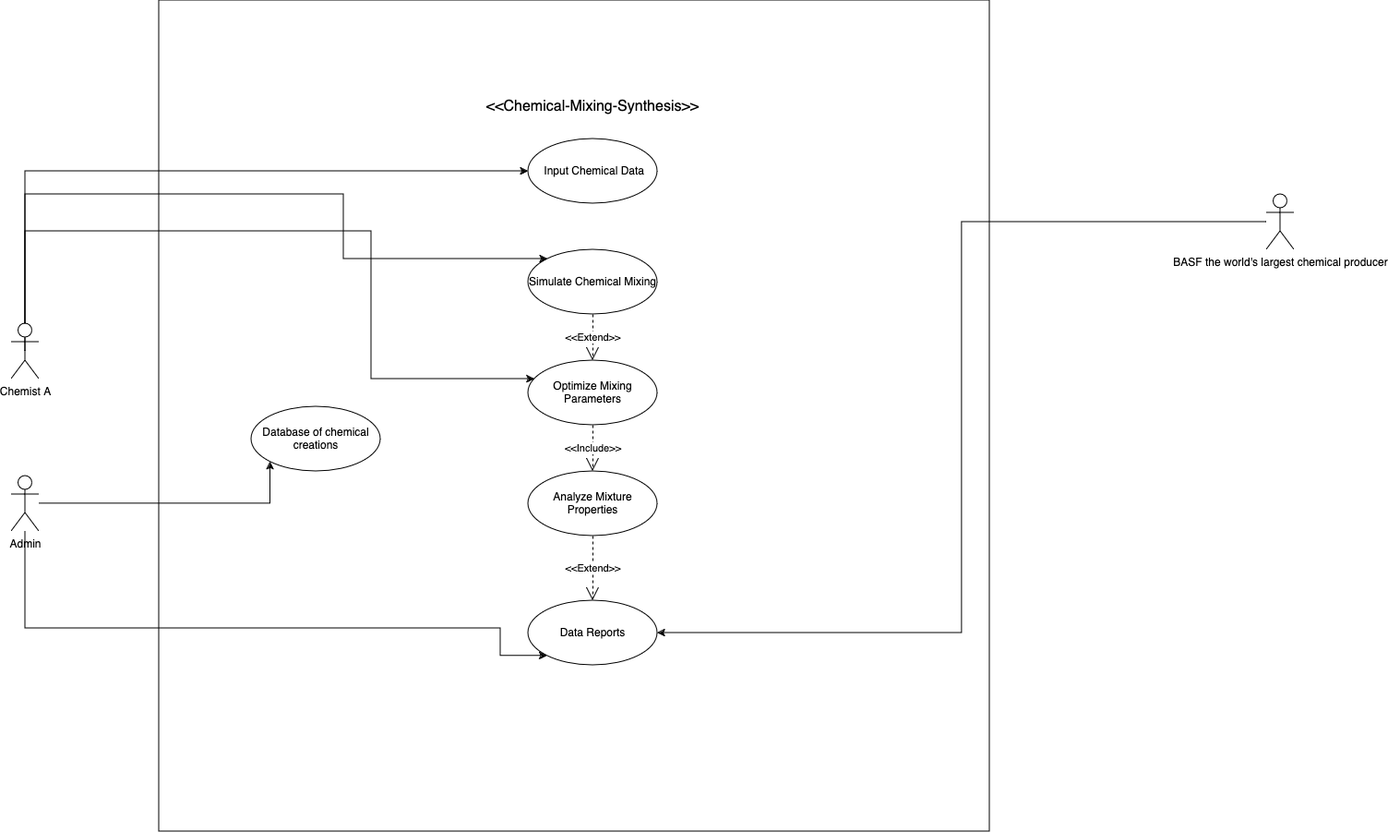
Earlier version of the draw.io export use-case.png (a-l-a-z-a-r/Chemical-Mixing-Data-Synthesis). Source tidied: cells renumbered, new cells last; positions are measured from the earlier drawing's top-left corner, leaving out a move shared by most shapes.
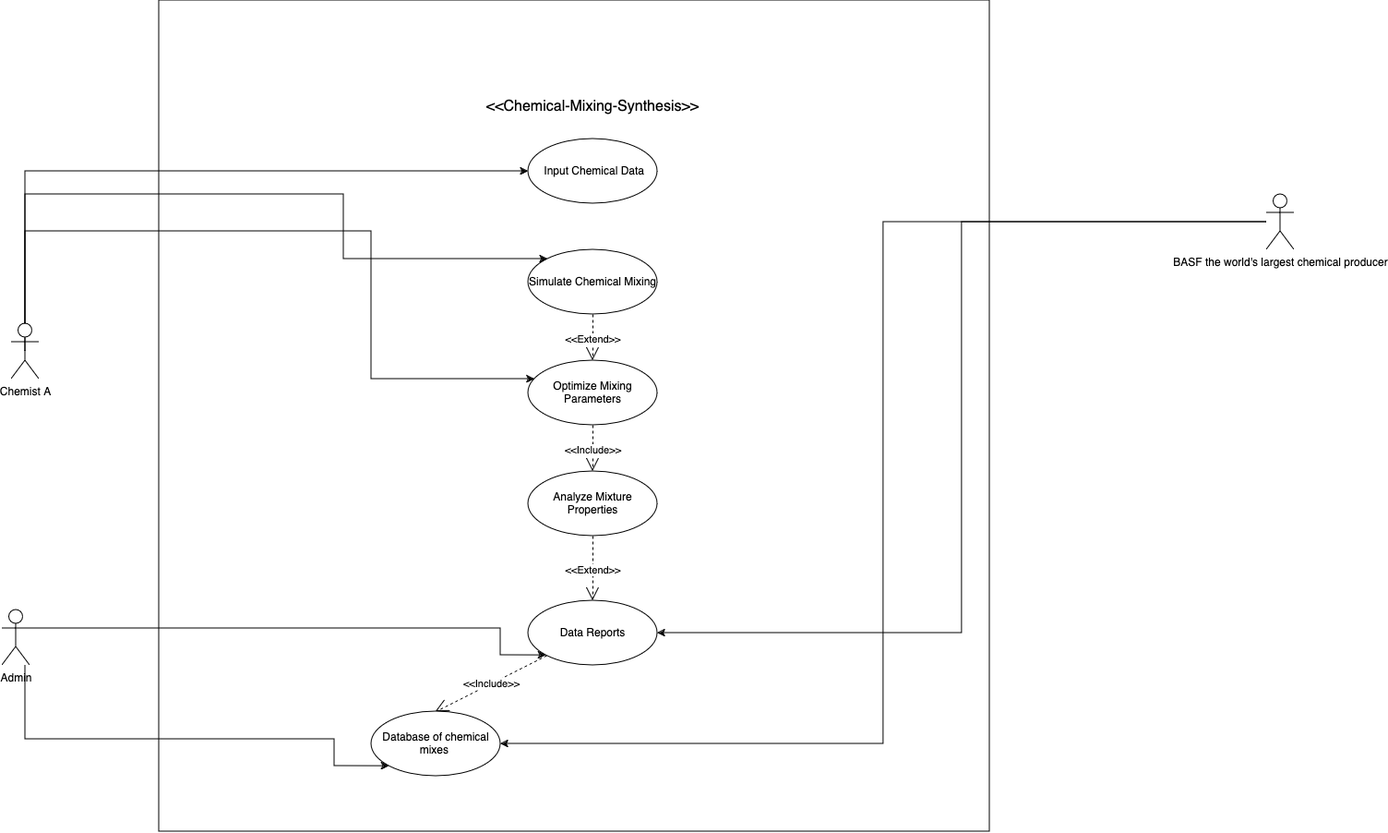
After the commit.

Change to the diagram source:
```diff
@@ -36,6 +36,9 @@
     <mxCell id="7" style="edgeStyle=orthogonalEdgeStyle;rounded=0;jettySize=auto;html=1;entryX=1;entryY=0.5;entryDx=0;entryDy=0;" parent="1" edge="1" source="8" target="13">
       <mxGeometry relative="1" as="geometry" />
     </mxCell>
+    <mxCell id="22" style="edgeStyle=orthogonalEdgeStyle;rounded=0;jettySize=auto;html=1;entryX=1;entryY=0.5;entryDx=0;entryDy=0;" parent="1" edge="1" source="8" target="18">
+      <mxGeometry relative="1" as="geometry" />
+    </mxCell>
     <mxCell id="8" value="BASF the world's largest chemical producer" style="shape=umlActor;verticalLabelPosition=bottom;verticalAlign=top;html=1;outlineConnect=0;labelBackgroundColor=none;" parent="1" vertex="1">
       <mxGeometry x="1360" y="210" width="30" height="60" as="geometry" />
     </mxCell>
@@ -66,11 +69,17 @@
     <mxCell id="17" value="&amp;lt;&amp;lt;Extend&amp;gt;&amp;gt; " style="endArrow=open;endSize=12;dashed=1;html=1;rounded=0;exitX=0.5;exitY=1;exitDx=0;exitDy=0;entryX=0.5;entryY=0;entryDx=0;entryDy=0;" parent="1" edge="1" source="12" target="13">
       <mxGeometry relative="1" as="geometry" />
     </mxCell>
-    <mxCell id="18" value="Database of chemical creations " style="ellipse;whiteSpace=wrap;html=1;" parent="1" vertex="1">
-      <mxGeometry x="260" y="440" width="140" height="70" as="geometry" />
+    <mxCell id="18" value="Database of chemical mixes&amp;nbsp; " style="ellipse;whiteSpace=wrap;html=1;" parent="1" vertex="1">
+      <mxGeometry x="390" y="770" width="140" height="70" as="geometry" />
     </mxCell>
     <mxCell id="19" style="edgeStyle=orthogonalEdgeStyle;rounded=0;jettySize=auto;html=1;entryX=0;entryY=1;entryDx=0;entryDy=0;" parent="1" edge="1" source="21" target="18">
-      <mxGeometry relative="1" as="geometry" />
+      <mxGeometry relative="1" as="geometry">
+        <Array as="points">
+          <mxPoint x="15" y="800" />
+          <mxPoint x="350" y="800" />
+          <mxPoint x="350" y="829" />
+        </Array>
+      </mxGeometry>
     </mxCell>
     <mxCell id="20" style="edgeStyle=orthogonalEdgeStyle;rounded=0;jettySize=auto;html=1;entryX=0;entryY=1;entryDx=0;entryDy=0;" parent="1" edge="1" source="21" target="13">
       <mxGeometry relative="1" as="geometry">
@@ -82,7 +91,10 @@
       </mxGeometry>
     </mxCell>
     <mxCell id="21" value="Admin " style="shape=umlActor;verticalLabelPosition=bottom;verticalAlign=top;html=1;" parent="1" vertex="1">
-      <mxGeometry y="515" width="30" height="60" as="geometry" />
+      <mxGeometry x="-10" y="660" width="30" height="60" as="geometry" />
     </mxCell>
+    <mxCell id="23" value="&amp;lt;&amp;lt;Include&amp;gt;&amp;gt; " style="endArrow=open;endSize=12;dashed=1;html=1;rounded=0;entryX=0.5;entryY=0;entryDx=0;entryDy=0;" parent="1" edge="1" source="13" target="18">
+      <mxGeometry relative="1" as="geometry" />
+    </mxCell>
   </root>
 </mxGraphModel>
```
